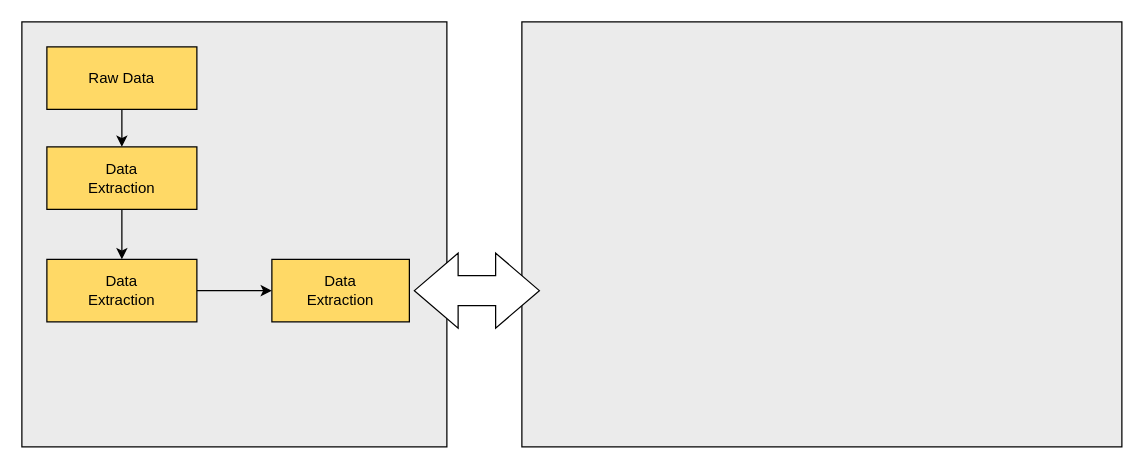
Earlier version of the draw.io diagram covid-tracker/Untitled Diagram.drawio (thorat-pratik/covid-tracker). Source tidied: cells renumbered, new cells numbered last; positions are measured from the earlier drawing's top-left corner, leaving out a move shared by most shapes. Both pictures are drawn from the tidied source at 125%, with x=0, y=0 at pixel (21, 21).
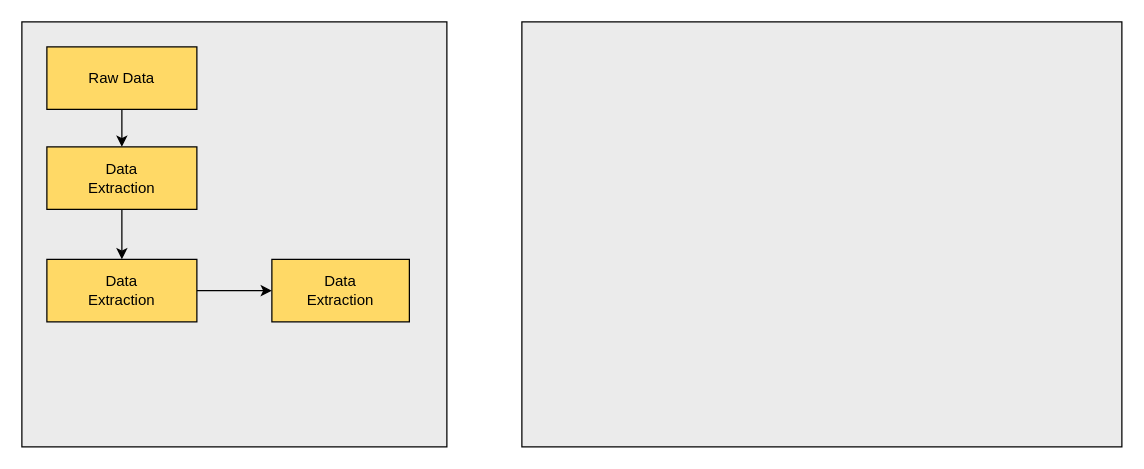
Above is the later version.

Diff of the diagram source:
```diff
@@
 <mxGraphModel>
   <root>
     <mxCell id="0" />
     <mxCell id="1" parent="0" />
     <mxCell id="2" style="whiteSpace=wrap;html=1;fillColor=#EBEBEB;" parent="1" vertex="1">
       <mxGeometry width="340" height="340" as="geometry" />
     </mxCell>
     <mxCell id="3" style="edgeStyle=orthogonalEdgeStyle;rounded=0;jettySize=auto;html=1;" parent="1" edge="1" source="4" target="6">
       <mxGeometry relative="1" as="geometry" />
     </mxCell>
     <mxCell id="4" value="Raw Data" style="rounded=0;whiteSpace=wrap;html=1;fillColor=#FFD966;" parent="1" vertex="1">
       <mxGeometry x="20" y="20" width="120" height="50" as="geometry" />
     </mxCell>
     <mxCell id="5" style="edgeStyle=orthogonalEdgeStyle;rounded=0;jettySize=auto;html=1;" parent="1" edge="1" source="6" target="8">
       <mxGeometry relative="1" as="geometry" />
     </mxCell>
     <mxCell id="6" value="Data &lt;br&gt;Extraction" style="rounded=0;whiteSpace=wrap;html=1;fillColor=#FFD966;" parent="1" vertex="1">
       <mxGeometry x="20" y="100" width="120" height="50" as="geometry" />
     </mxCell>
     <mxCell id="7" style="edgeStyle=orthogonalEdgeStyle;rounded=0;jettySize=auto;html=1;" parent="1" edge="1" source="8" target="9">
       <mxGeometry relative="1" as="geometry" />
     </mxCell>
     <mxCell id="8" value="Data &lt;br&gt;Extraction" style="rounded=0;whiteSpace=wrap;html=1;fillColor=#FFD966;" parent="1" vertex="1">
       <mxGeometry x="20" y="190" width="120" height="50" as="geometry" />
     </mxCell>
     <mxCell id="9" value="Data &lt;br&gt;Extraction" style="rounded=0;whiteSpace=wrap;html=1;fillColor=#FFD966;" parent="1" vertex="1">
       <mxGeometry x="200" y="190" width="110" height="50" as="geometry" />
     </mxCell>
     <mxCell id="10" style="rounded=0;whiteSpace=wrap;html=1;fillColor=#EBEBEB;" parent="1" vertex="1">
       <mxGeometry x="400" width="480" height="340" as="geometry" />
     </mxCell>
-    <mxCell id="11" style="html=1;shadow=0;dashed=0;align=center;verticalAlign=middle;shape=mxgraph.arrows2.twoWayArrow;dy=0.6;dx=35;" parent="1" vertex="1">
-      <mxGeometry x="314" y="185" width="100" height="60" as="geometry" />
-    </mxCell>
   </root>
 </mxGraphModel>
```
